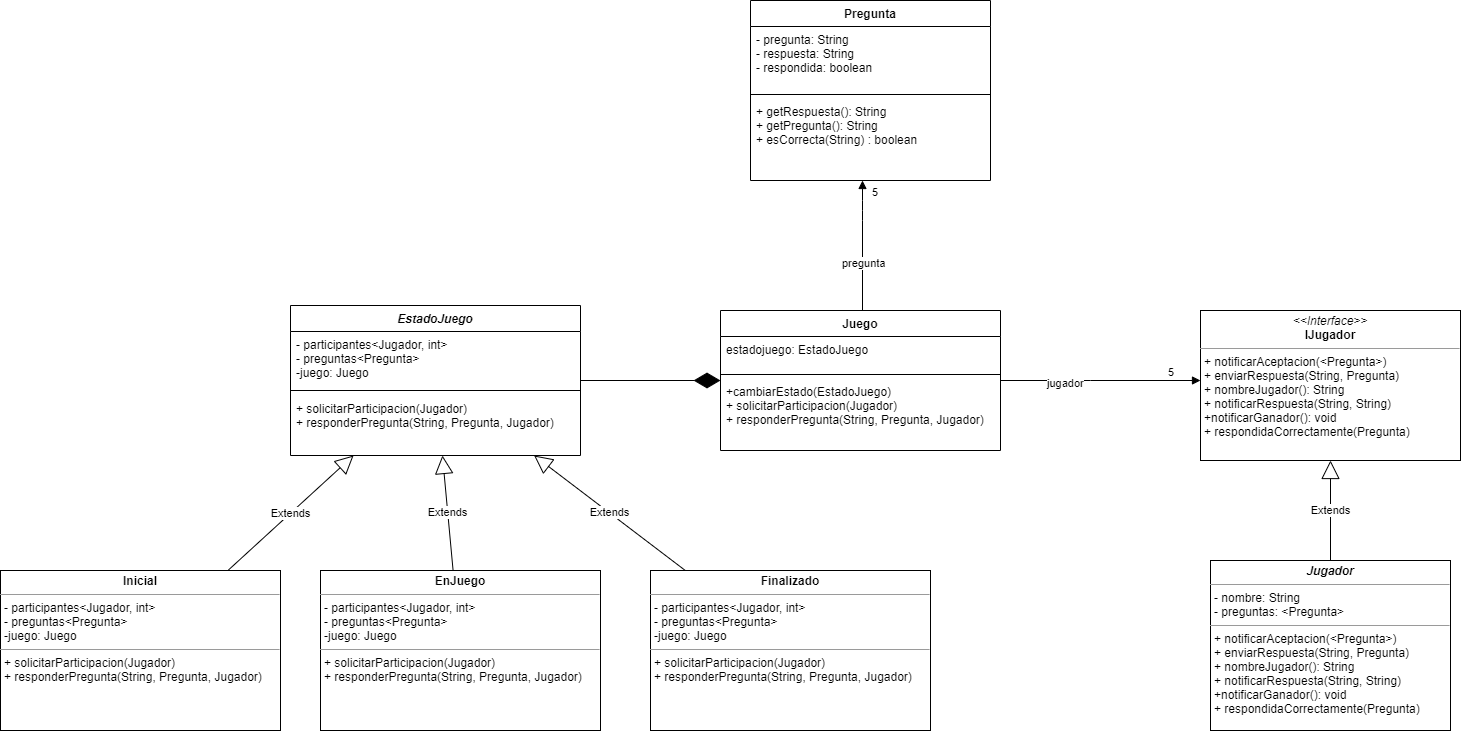
CundariNicolas/unqui-poo2-cundari keeps this draw.io diagram as src/concursoDePreguntas.png. Above is the earlier version. Source tidied: cells renumbered, new cells last; positions are measured from the earlier drawing's top-left corner, leaving out a move shared by most shapes.
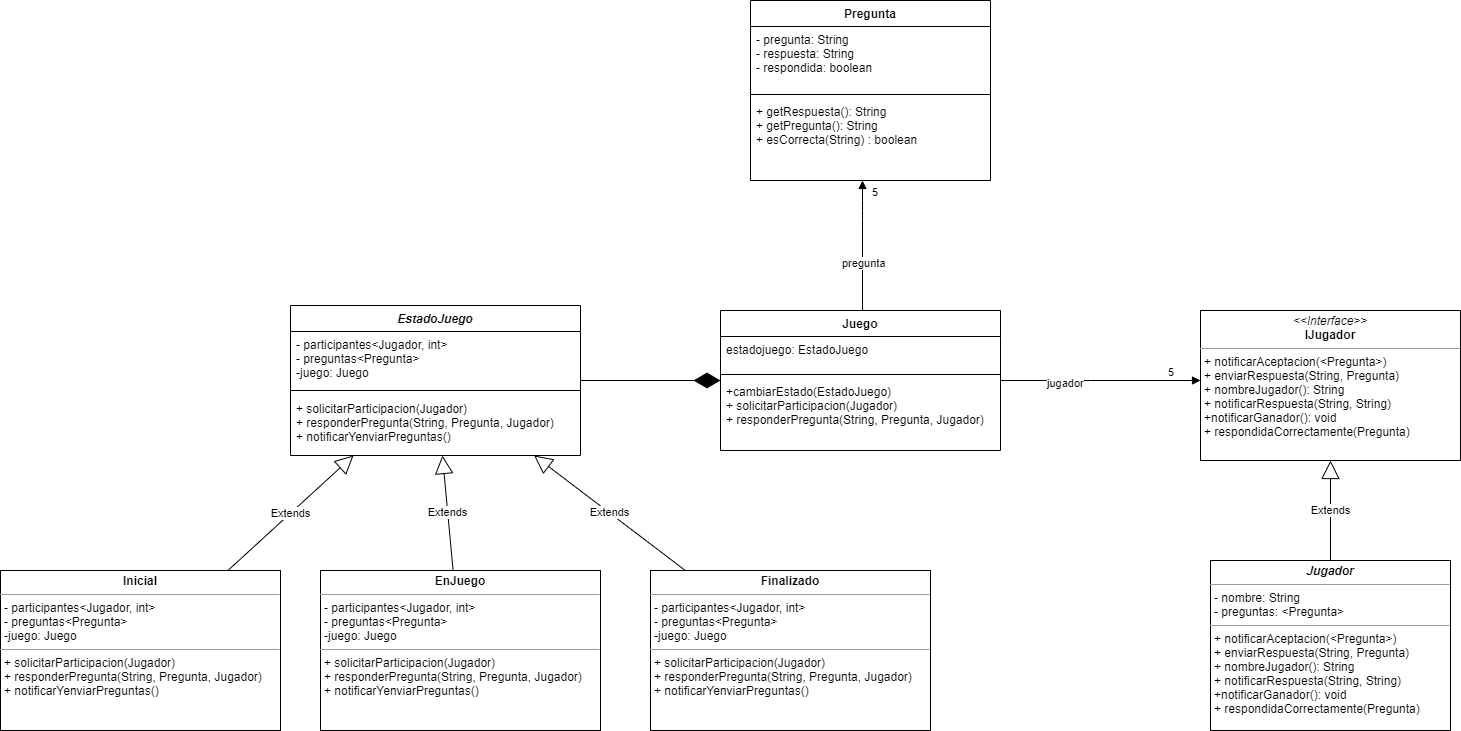
After the change.

Change to the diagram source:
```diff
@@ -70,19 +70,19 @@
     <mxCell id="19" style="line;strokeWidth=1;fillColor=none;align=left;verticalAlign=middle;spacingTop=-1;spacingLeft=3;spacingRight=3;labelPosition=right;" parent="17" vertex="1">
       <mxGeometry y="80" width="290" height="10" as="geometry" />
     </mxCell>
-    <mxCell id="20" value="+ solicitarParticipacion(Jugador)&#10;+ responderPregunta(String, Pregunta, Jugador)" style="text;strokeColor=none;fillColor=none;align=left;verticalAlign=top;spacingLeft=4;spacingRight=4;overflow=hidden;" parent="17" vertex="1">
+    <mxCell id="20" value="+ solicitarParticipacion(Jugador)&#10;+ responderPregunta(String, Pregunta, Jugador)&#10;+ notificarYenviarPreguntas()" style="text;strokeColor=none;fillColor=none;align=left;verticalAlign=top;spacingLeft=4;spacingRight=4;overflow=hidden;" parent="17" vertex="1">
       <mxGeometry y="90" width="290" height="60" as="geometry" />
     </mxCell>
     <mxCell id="21" style="endArrow=diamondThin;endFill=1;endSize=24;html=1;" parent="1" edge="1" source="17" target="2">
       <mxGeometry relative="1" as="geometry" />
     </mxCell>
-    <mxCell id="22" value="&lt;p style=&quot;margin: 0px ; margin-top: 4px ; text-align: center&quot;&gt;&lt;b&gt;Inicial&lt;/b&gt;&lt;/p&gt;&lt;hr size=&quot;1&quot;&gt;&lt;p style=&quot;margin: 0px ; margin-left: 4px&quot;&gt;- participantes&amp;lt;Jugador, int&amp;gt;&lt;br style=&quot;padding: 0px ; margin: 0px&quot;&gt;- preguntas&amp;lt;Pregunta&amp;gt;&lt;br style=&quot;padding: 0px ; margin: 0px&quot;&gt;-juego: Juego&lt;br&gt;&lt;/p&gt;&lt;hr size=&quot;1&quot;&gt;&lt;p style=&quot;margin: 0px ; margin-left: 4px&quot;&gt;+ solicitarParticipacion(Jugador)&lt;br style=&quot;padding: 0px ; margin: 0px&quot;&gt;+ responderPregunta(String, Pregunta, Jugador)&lt;br&gt;&lt;/p&gt;" style="verticalAlign=top;align=left;overflow=fill;fontSize=12;fontFamily=Helvetica;html=1;" parent="1" vertex="1">
+    <mxCell id="22" value="&lt;p style=&quot;margin: 0px ; margin-top: 4px ; text-align: center&quot;&gt;&lt;b&gt;Inicial&lt;/b&gt;&lt;/p&gt;&lt;hr size=&quot;1&quot;&gt;&lt;p style=&quot;margin: 0px ; margin-left: 4px&quot;&gt;- participantes&amp;lt;Jugador, int&amp;gt;&lt;br style=&quot;padding: 0px ; margin: 0px&quot;&gt;- preguntas&amp;lt;Pregunta&amp;gt;&lt;br style=&quot;padding: 0px ; margin: 0px&quot;&gt;-juego: Juego&lt;br&gt;&lt;/p&gt;&lt;hr size=&quot;1&quot;&gt;&lt;p style=&quot;margin: 0px ; margin-left: 4px&quot;&gt;+ solicitarParticipacion(Jugador)&lt;br style=&quot;padding: 0px ; margin: 0px&quot;&gt;+ responderPregunta(String, Pregunta, Jugador)&lt;br&gt;&lt;/p&gt;&lt;p style=&quot;margin: 0px ; margin-left: 4px&quot;&gt;+ notificarYenviarPreguntas()&lt;br&gt;&lt;/p&gt;" style="verticalAlign=top;align=left;overflow=fill;fontSize=12;fontFamily=Helvetica;html=1;" parent="1" vertex="1">
       <mxGeometry y="570" width="280" height="160" as="geometry" />
     </mxCell>
-    <mxCell id="23" value="&lt;p style=&quot;margin: 0px ; margin-top: 4px ; text-align: center&quot;&gt;&lt;b&gt;EnJuego&lt;/b&gt;&lt;/p&gt;&lt;hr size=&quot;1&quot;&gt;&lt;p style=&quot;margin: 0px ; margin-left: 4px&quot;&gt;- participantes&amp;lt;Jugador, int&amp;gt;&lt;br style=&quot;padding: 0px ; margin: 0px&quot;&gt;- preguntas&amp;lt;Pregunta&amp;gt;&lt;br style=&quot;padding: 0px ; margin: 0px&quot;&gt;-juego: Juego&lt;br&gt;&lt;/p&gt;&lt;hr size=&quot;1&quot;&gt;&lt;p style=&quot;margin: 0px ; margin-left: 4px&quot;&gt;+ solicitarParticipacion(Jugador)&lt;br style=&quot;padding: 0px ; margin: 0px&quot;&gt;+ responderPregunta(String, Pregunta, Jugador)&lt;br&gt;&lt;/p&gt;" style="verticalAlign=top;align=left;overflow=fill;fontSize=12;fontFamily=Helvetica;html=1;" parent="1" vertex="1">
+    <mxCell id="23" value="&lt;p style=&quot;margin: 0px ; margin-top: 4px ; text-align: center&quot;&gt;&lt;b&gt;EnJuego&lt;/b&gt;&lt;/p&gt;&lt;hr size=&quot;1&quot;&gt;&lt;p style=&quot;margin: 0px ; margin-left: 4px&quot;&gt;- participantes&amp;lt;Jugador, int&amp;gt;&lt;br style=&quot;padding: 0px ; margin: 0px&quot;&gt;- preguntas&amp;lt;Pregunta&amp;gt;&lt;br style=&quot;padding: 0px ; margin: 0px&quot;&gt;-juego: Juego&lt;br&gt;&lt;/p&gt;&lt;hr size=&quot;1&quot;&gt;&lt;p style=&quot;margin: 0px ; margin-left: 4px&quot;&gt;+ solicitarParticipacion(Jugador)&lt;br style=&quot;padding: 0px ; margin: 0px&quot;&gt;+ responderPregunta(String, Pregunta, Jugador)&lt;br&gt;&lt;/p&gt;&lt;p style=&quot;margin: 0px ; margin-left: 4px&quot;&gt;+ notificarYenviarPreguntas()&lt;br&gt;&lt;/p&gt;" style="verticalAlign=top;align=left;overflow=fill;fontSize=12;fontFamily=Helvetica;html=1;" parent="1" vertex="1">
       <mxGeometry x="320" y="570" width="280" height="160" as="geometry" />
     </mxCell>
-    <mxCell id="24" value="&lt;p style=&quot;margin: 0px ; margin-top: 4px ; text-align: center&quot;&gt;&lt;b&gt;Finalizado&lt;/b&gt;&lt;/p&gt;&lt;hr size=&quot;1&quot;&gt;&lt;p style=&quot;margin: 0px ; margin-left: 4px&quot;&gt;- participantes&amp;lt;Jugador, int&amp;gt;&lt;br style=&quot;padding: 0px ; margin: 0px&quot;&gt;- preguntas&amp;lt;Pregunta&amp;gt;&lt;br style=&quot;padding: 0px ; margin: 0px&quot;&gt;-juego: Juego&lt;br&gt;&lt;/p&gt;&lt;hr size=&quot;1&quot;&gt;&lt;p style=&quot;margin: 0px ; margin-left: 4px&quot;&gt;+ solicitarParticipacion(Jugador)&lt;br style=&quot;padding: 0px ; margin: 0px&quot;&gt;+ responderPregunta(String, Pregunta, Jugador)&lt;br&gt;&lt;/p&gt;" style="verticalAlign=top;align=left;overflow=fill;fontSize=12;fontFamily=Helvetica;html=1;" parent="1" vertex="1">
+    <mxCell id="24" value="&lt;p style=&quot;margin: 0px ; margin-top: 4px ; text-align: center&quot;&gt;&lt;b&gt;Finalizado&lt;/b&gt;&lt;/p&gt;&lt;hr size=&quot;1&quot;&gt;&lt;p style=&quot;margin: 0px ; margin-left: 4px&quot;&gt;- participantes&amp;lt;Jugador, int&amp;gt;&lt;br style=&quot;padding: 0px ; margin: 0px&quot;&gt;- preguntas&amp;lt;Pregunta&amp;gt;&lt;br style=&quot;padding: 0px ; margin: 0px&quot;&gt;-juego: Juego&lt;br&gt;&lt;/p&gt;&lt;hr size=&quot;1&quot;&gt;&lt;p style=&quot;margin: 0px ; margin-left: 4px&quot;&gt;+ solicitarParticipacion(Jugador)&lt;br style=&quot;padding: 0px ; margin: 0px&quot;&gt;+ responderPregunta(String, Pregunta, Jugador)&lt;br&gt;&lt;/p&gt;&lt;p style=&quot;margin: 0px ; margin-left: 4px&quot;&gt;+ notificarYenviarPreguntas()&lt;br&gt;&lt;/p&gt;" style="verticalAlign=top;align=left;overflow=fill;fontSize=12;fontFamily=Helvetica;html=1;" parent="1" vertex="1">
       <mxGeometry x="650" y="570" width="280" height="160" as="geometry" />
     </mxCell>
     <mxCell id="25" value="Extends" style="endArrow=block;endSize=16;endFill=0;html=1;" parent="1" edge="1" source="22" target="17">
```
